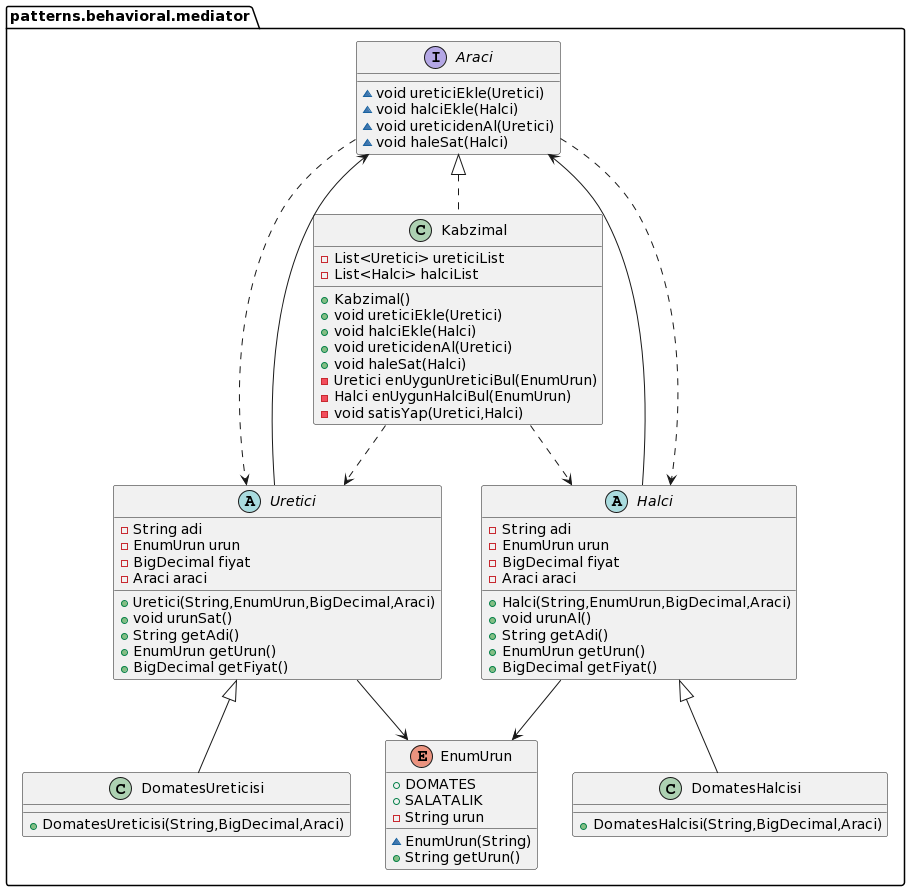
Above: umls/behavioral/MediatorUML.png in MertBaran/Design-Patterns (PlantUML), before the change.
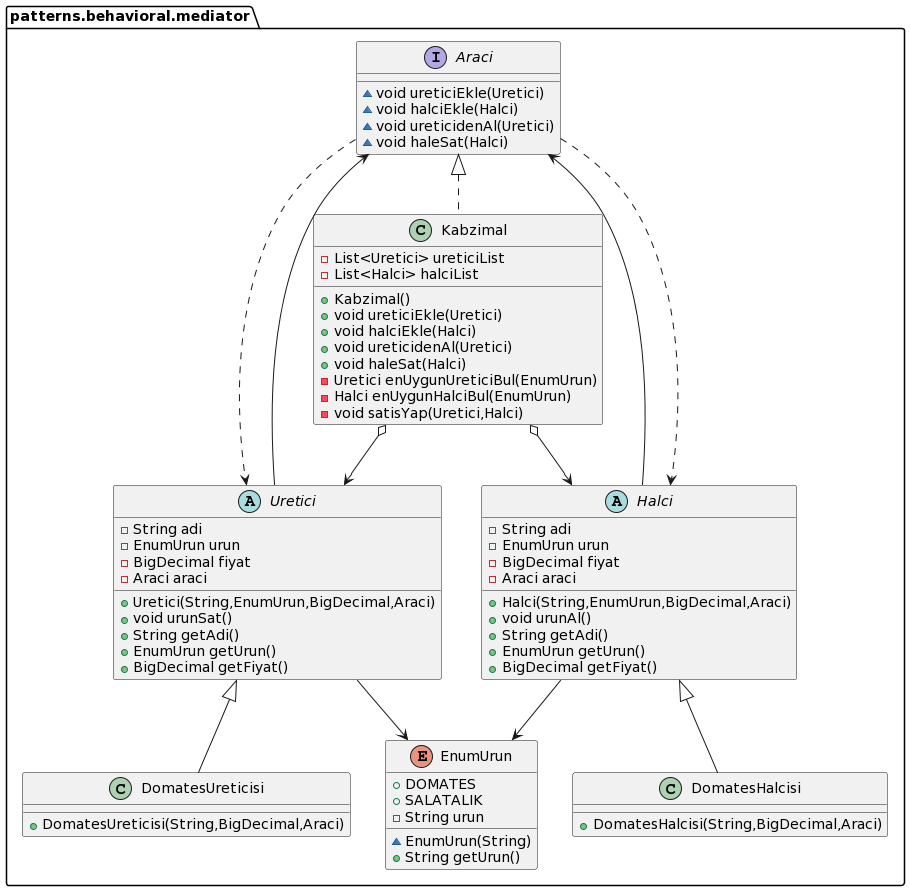
Later version of the same file.

What changed in the source:
```diff
@@ -55,8 +55,8 @@
 
 patterns.behavioral.mediator.Halci --> patterns.behavioral.mediator.EnumUrun
 patterns.behavioral.mediator.Araci <-- patterns.behavioral.mediator.Halci
-patterns.behavioral.mediator.Kabzimal ..> patterns.behavioral.mediator.Halci
-patterns.behavioral.mediator.Kabzimal ..> patterns.behavioral.mediator.Uretici
+patterns.behavioral.mediator.Kabzimal o--> patterns.behavioral.mediator.Halci
+patterns.behavioral.mediator.Kabzimal o--> patterns.behavioral.mediator.Uretici
 patterns.behavioral.mediator.Uretici --> patterns.behavioral.mediator.EnumUrun
 patterns.behavioral.mediator.Uretici --> patterns.behavioral.mediator.Araci
 patterns.behavioral.mediator.Araci ..> patterns.behavioral.mediator.Uretici
```
